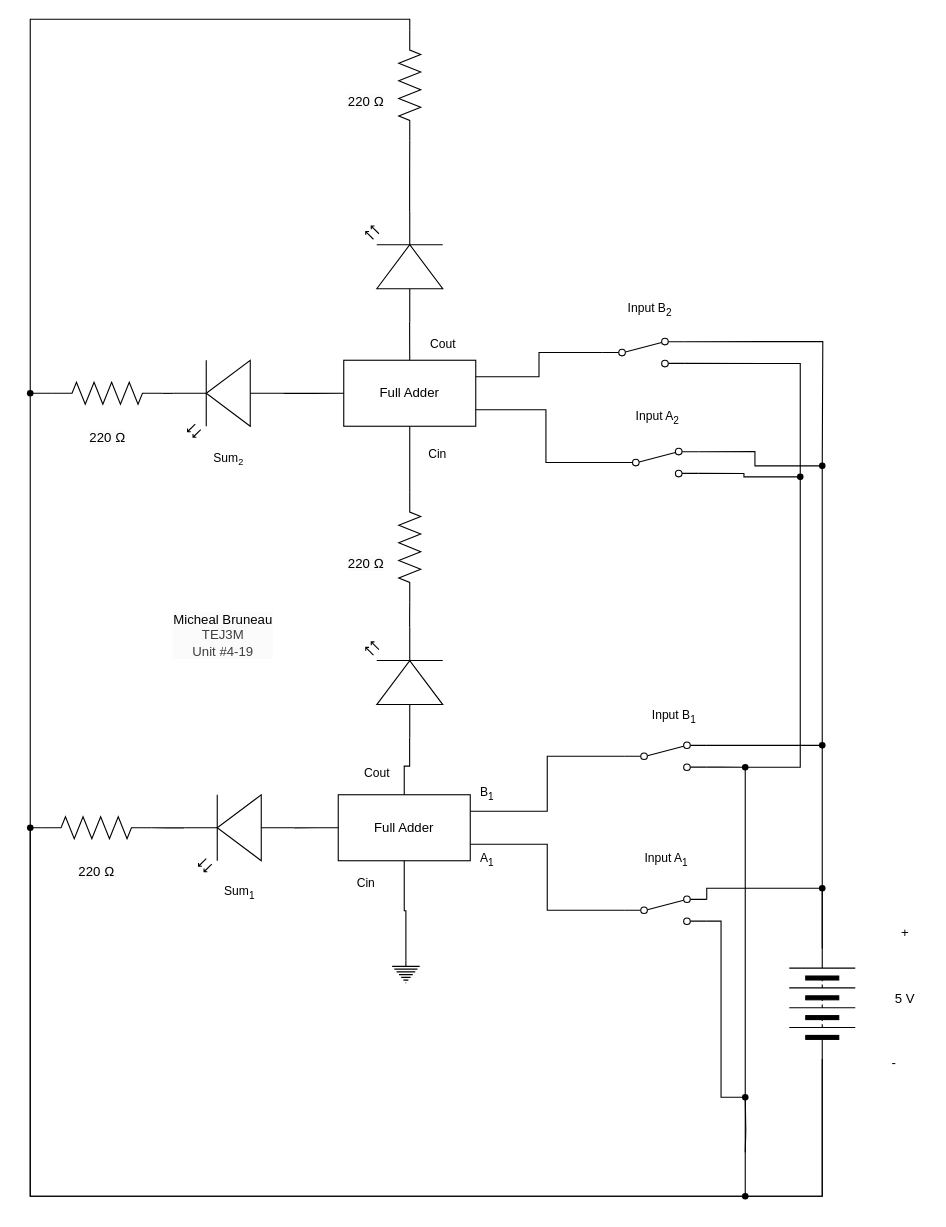
Earlier version of the draw.io diagram TEJ3M 4-19/schematic_diagram.drawio (michael-bruneau/TEJ3M-Unit-4). Source tidied: cells renumbered, new cells numbered last; positions are measured from the earlier drawing's top-left corner, leaving out a move shared by most shapes. Both pictures are drawn from the tidied source at 110%, with x=0, y=0 at pixel (19, 74).
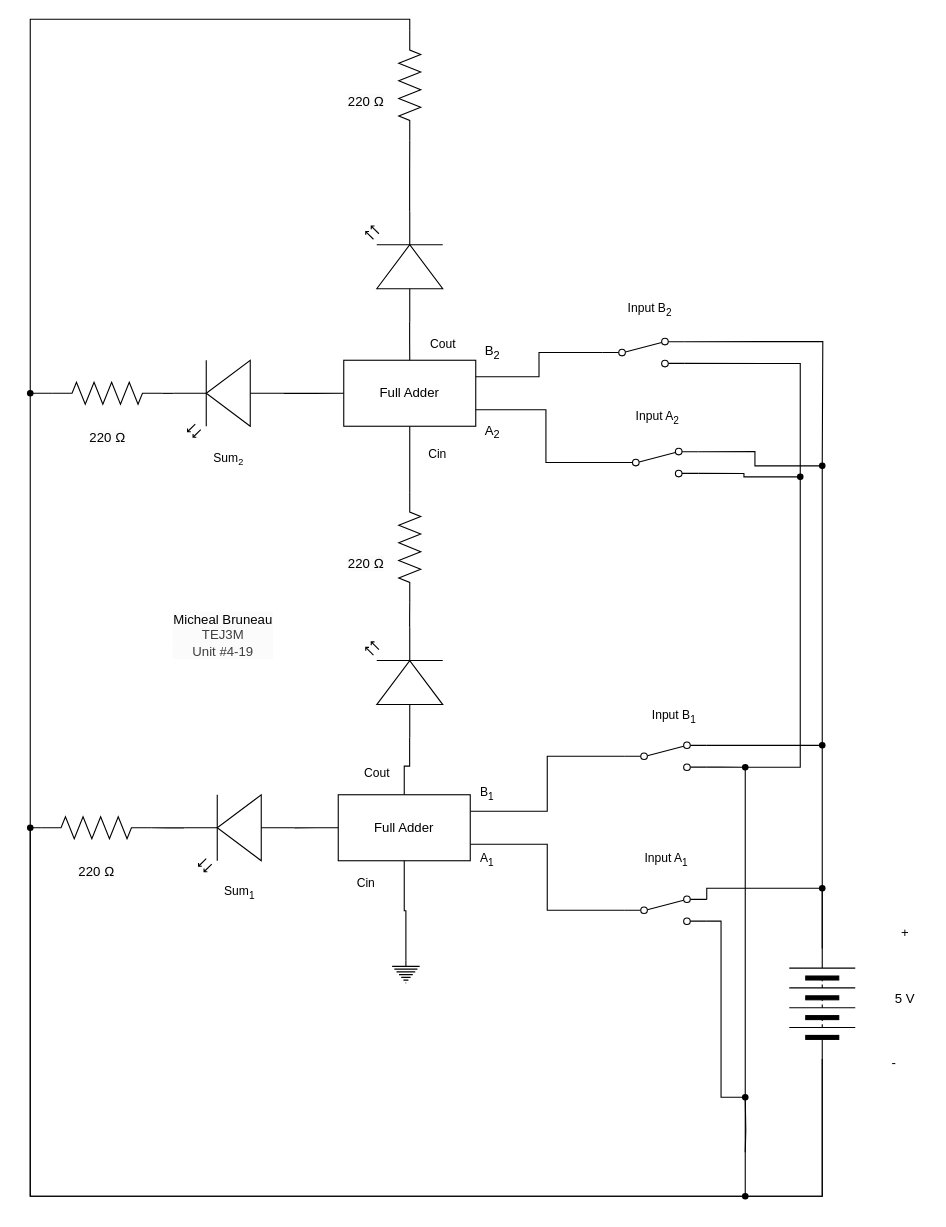
The same page after the edit.

What changed in the source:
```diff
@@
+    <mxCell id="78" value="A&lt;sub&gt;2&lt;/sub&gt;" style="text;html=1;align=center;verticalAlign=middle;strokeColor=none;fillColor=none;" parent="1" vertex="1">
+      <mxGeometry x="410" y="310" width="40" height="30" as="geometry" />
+    </mxCell>
+    <mxCell id="79" value="B&lt;sub&gt;2&lt;/sub&gt;" style="text;html=1;align=center;verticalAlign=middle;strokeColor=none;fillColor=none;" parent="1" vertex="1">
+      <mxGeometry x="410" y="238" width="40" height="30" as="geometry" />
+    </mxCell>
```
